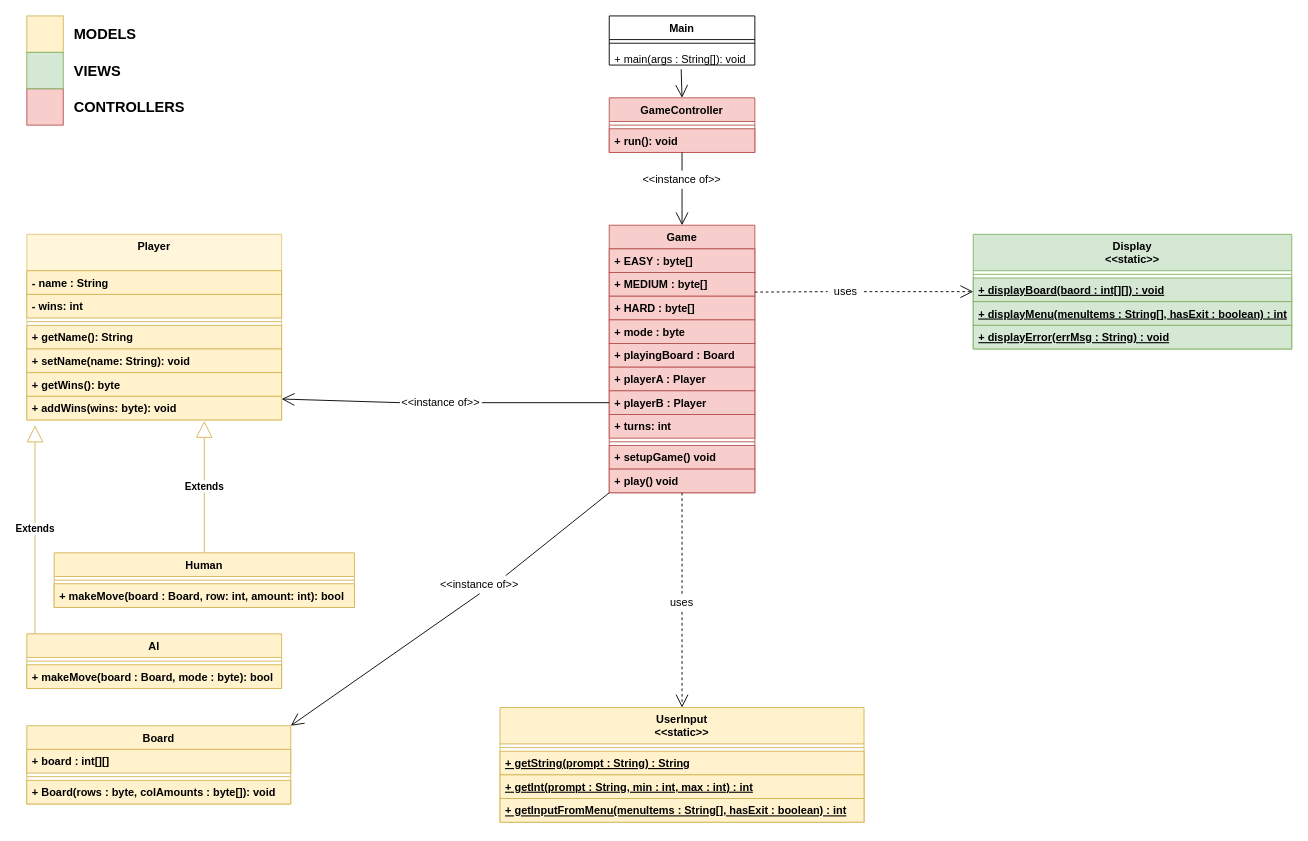
Before: UML-PSE.drawio in EShrestha/PSE-GameOfNim, a draw.io diagram. Source tidied: cells renumbered, new cells numbered last; positions are measured from the earlier drawing's top-left corner, leaving out a move shared by most shapes. Both pictures are drawn from the tidied source at 91%, with x=0, y=0 at pixel (26, 15).
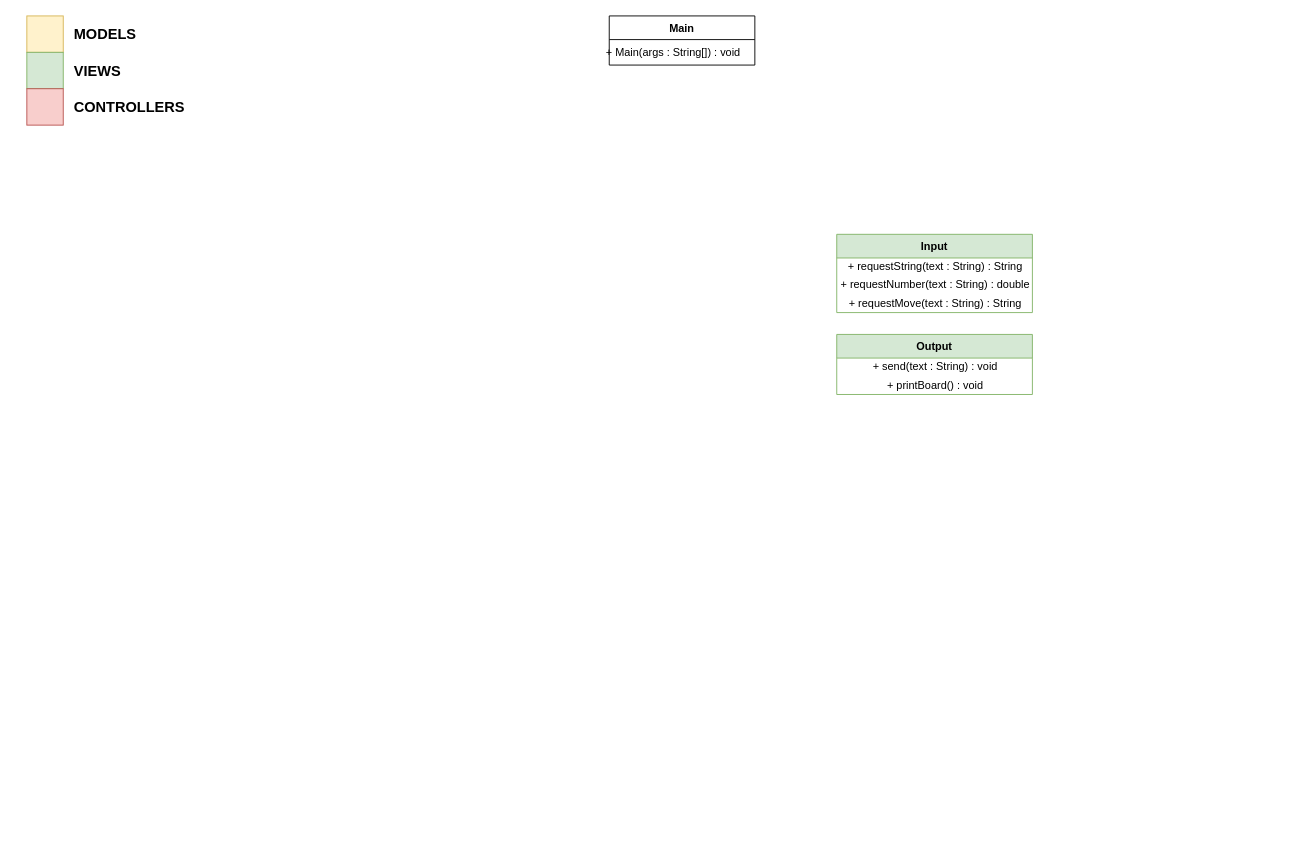
The same page after the edit.

Commit message:
Wiped and added basic views to UML

Diff of the diagram source:
```diff
@@
-    <mxCell id="2" value="Main" style="swimlane;fontStyle=1;align=center;verticalAlign=top;horizontal=1;startSize=26;" parent="1" vertex="1">
-      <mxGeometry x="640" width="160" height="54" as="geometry" />
-    </mxCell>
-    <mxCell id="3" style="line;strokeWidth=1;fillColor=none;align=left;verticalAlign=middle;spacingTop=-1;spacingLeft=3;spacingRight=3;labelPosition=right;" parent="2" vertex="1">
-      <mxGeometry y="26" width="160" height="8" as="geometry" />
-    </mxCell>
-    <mxCell id="4" value="+ main(args : String[]): void" style="text;strokeColor=none;fillColor=none;align=left;verticalAlign=top;spacingLeft=4;spacingRight=4;overflow=hidden;points=[[0,0.5],[1,0.5]];portConstraint=eastwest;" parent="2" vertex="1">
-      <mxGeometry y="34" width="160" height="20" as="geometry" />
-    </mxCell>
-    <mxCell id="5" value="GameController" style="swimlane;fontStyle=1;align=center;verticalAlign=top;horizontal=1;startSize=26;fillColor=#f8cecc;strokeColor=#b85450;" parent="1" vertex="1">
-      <mxGeometry x="640" y="90" width="160" height="60" as="geometry" />
-    </mxCell>
-    <mxCell id="6" style="line;strokeWidth=1;fillColor=#f8cecc;align=left;verticalAlign=middle;spacingTop=-1;spacingLeft=3;spacingRight=3;labelPosition=right;strokeColor=#b85450;fontStyle=1;" parent="5" vertex="1">
-      <mxGeometry y="26" width="160" height="8" as="geometry" />
-    </mxCell>
-    <mxCell id="7" value="+ run(): void" style="text;strokeColor=#b85450;fillColor=#f8cecc;align=left;verticalAlign=top;spacingLeft=4;spacingRight=4;overflow=hidden;fontStyle=1;" parent="5" vertex="1">
-      <mxGeometry y="34" width="160" height="26" as="geometry" />
-    </mxCell>
-    <mxCell id="8" value="Player" style="swimlane;fontStyle=1;align=center;verticalAlign=top;horizontal=1;startSize=40;opacity=70;fillColor=#fff2cc;strokeColor=#d6b656;" parent="1" vertex="1">
-      <mxGeometry y="240" width="280" height="204" as="geometry" />
-    </mxCell>
-    <mxCell id="9" value="- name : String" style="text;align=left;verticalAlign=top;spacingLeft=4;spacingRight=4;overflow=hidden;fillColor=#fff2cc;strokeColor=#d6b656;fontStyle=1;" parent="8" vertex="1">
-      <mxGeometry y="40" width="280" height="26" as="geometry" />
-    </mxCell>
-    <mxCell id="10" value="- wins: int" style="text;align=left;verticalAlign=top;spacingLeft=4;spacingRight=4;overflow=hidden;fillColor=#fff2cc;strokeColor=#d6b656;fontStyle=1;" parent="8" vertex="1">
-      <mxGeometry y="66" width="280" height="26" as="geometry" />
-    </mxCell>
-    <mxCell id="11" style="line;strokeWidth=1;align=left;verticalAlign=middle;spacingTop=-1;spacingLeft=3;spacingRight=3;labelPosition=right;fillColor=#fff2cc;strokeColor=#d6b656;fontStyle=1;" parent="8" vertex="1">
-      <mxGeometry y="92" width="280" height="8" as="geometry" />
-    </mxCell>
-    <mxCell id="12" value="+ getName(): String" style="text;align=left;verticalAlign=top;spacingLeft=4;spacingRight=4;overflow=hidden;fillColor=#fff2cc;strokeColor=#d6b656;fontStyle=1;" parent="8" vertex="1">
-      <mxGeometry y="100" width="280" height="26" as="geometry" />
-    </mxCell>
-    <mxCell id="13" value="+ setName(name: String): void" style="text;align=left;verticalAlign=top;spacingLeft=4;spacingRight=4;overflow=hidden;fillColor=#fff2cc;strokeColor=#d6b656;fontStyle=1;" parent="8" vertex="1">
-      <mxGeometry y="126" width="280" height="26" as="geometry" />
-    </mxCell>
-    <mxCell id="14" value="+ getWins(): byte" style="text;align=left;verticalAlign=top;spacingLeft=4;spacingRight=4;overflow=hidden;fillColor=#fff2cc;strokeColor=#d6b656;fontStyle=1;" parent="8" vertex="1">
-      <mxGeometry y="152" width="280" height="26" as="geometry" />
-    </mxCell>
-    <mxCell id="15" value="+ addWins(wins: byte): void" style="text;align=left;verticalAlign=top;spacingLeft=4;spacingRight=4;overflow=hidden;points=[[0,0.5],[1,0.5]];portConstraint=eastwest;fillColor=#fff2cc;strokeColor=#d6b656;fontStyle=1;" parent="8" vertex="1">
-      <mxGeometry y="178" width="280" height="26" as="geometry" />
-    </mxCell>
-    <mxCell id="16" value="Human" style="swimlane;fontStyle=1;align=center;verticalAlign=top;horizontal=1;startSize=26;fillColor=#fff2cc;strokeColor=#d6b656;" parent="1" vertex="1">
-      <mxGeometry x="30" y="590" width="330" height="60" as="geometry" />
-    </mxCell>
-    <mxCell id="17" style="line;strokeWidth=1;align=left;verticalAlign=middle;spacingTop=-1;spacingLeft=3;spacingRight=3;labelPosition=right;fillColor=#fff2cc;strokeColor=#d6b656;fontStyle=1;" parent="16" vertex="1">
-      <mxGeometry y="26" width="330" height="8" as="geometry" />
-    </mxCell>
-    <mxCell id="18" value="+ makeMove(board : Board, row: int, amount: int): bool" style="text;align=left;verticalAlign=top;spacingLeft=4;spacingRight=4;overflow=hidden;fillColor=#fff2cc;strokeColor=#d6b656;fontStyle=1;" parent="16" vertex="1">
-      <mxGeometry y="34" width="330" height="26" as="geometry" />
-    </mxCell>
-    <mxCell id="19" value="AI" style="swimlane;fontStyle=1;align=center;verticalAlign=top;horizontal=1;startSize=26;fillColor=#fff2cc;strokeColor=#d6b656;" parent="1" vertex="1">
-      <mxGeometry y="679" width="280" height="60" as="geometry" />
-    </mxCell>
-    <mxCell id="20" style="line;strokeWidth=1;align=left;verticalAlign=middle;spacingTop=-1;spacingLeft=3;spacingRight=3;labelPosition=right;fillColor=#fff2cc;strokeColor=#d6b656;fontStyle=1;" parent="19" vertex="1">
-      <mxGeometry y="26" width="280" height="8" as="geometry" />
-    </mxCell>
-    <mxCell id="21" value="+ makeMove(board : Board, mode : byte): bool" style="text;align=left;verticalAlign=top;spacingLeft=4;spacingRight=4;overflow=hidden;fillColor=#fff2cc;strokeColor=#d6b656;fontStyle=1;" parent="19" vertex="1">
-      <mxGeometry y="34" width="280" height="26" as="geometry" />
-    </mxCell>
-    <mxCell id="22" value="Extends" style="endArrow=block;endSize=16;endFill=0;html=1;exitX=0.5;exitY=0;exitDx=0;exitDy=0;fillColor=#fff2cc;strokeColor=#d6b656;fontStyle=1;" parent="1" edge="1" source="16">
-      <mxGeometry relative="1" as="geometry">
-        <mxPoint x="195" y="445" as="targetPoint" />
-      </mxGeometry>
-    </mxCell>
-    <mxCell id="23" value="Extends" style="endArrow=block;endSize=16;endFill=0;html=1;fillColor=#fff2cc;strokeColor=#d6b656;fontStyle=1;" parent="1" edge="1">
-      <mxGeometry relative="1" as="geometry">
-        <mxPoint x="9" y="679" as="sourcePoint" />
-        <mxPoint x="9" y="450" as="targetPoint" />
-      </mxGeometry>
-    </mxCell>
@@
+    <mxCell id="33" style="rounded=0;whiteSpace=wrap;html=1;fillColor=#d5e8d4;strokeColor=#82b366;" parent="1" vertex="1">
+      <mxGeometry y="40" width="40" height="40" as="geometry" />
+    </mxCell>
+    <mxCell id="2" value="Main" style="swimlane;fontStyle=1;align=center;verticalAlign=top;horizontal=1;startSize=26;" parent="1" vertex="1">
+      <mxGeometry x="640" width="160" height="54" as="geometry" />
+    </mxCell>
@@
-    <mxCell id="28" value="UserInput&#10;&lt;&lt;static&gt;&gt;" style="swimlane;fontStyle=1;align=center;verticalAlign=top;horizontal=1;startSize=40;fillColor=#fff2cc;strokeColor=#d6b656;" parent="1" vertex="1">
-      <mxGeometry x="520" y="760" width="400" height="126" as="geometry" />
-    </mxCell>
-    <mxCell id="29" style="line;strokeWidth=1;fillColor=#fff2cc;align=left;verticalAlign=middle;spacingTop=-1;spacingLeft=3;spacingRight=3;labelPosition=right;strokeColor=#d6b656;fontStyle=1;" parent="28" vertex="1">
-      <mxGeometry y="40" width="400" height="8" as="geometry" />
-    </mxCell>
-    <mxCell id="30" value="+ getString(prompt : String) : String" style="text;strokeColor=#d6b656;fillColor=#fff2cc;align=left;verticalAlign=top;spacingLeft=4;spacingRight=4;overflow=hidden;fontStyle=5;" parent="28" vertex="1">
-      <mxGeometry y="48" width="400" height="26" as="geometry" />
-    </mxCell>
-    <mxCell id="31" value="+ getInt(prompt : String, min : int, max : int) : int" style="text;strokeColor=#d6b656;fillColor=#fff2cc;align=left;verticalAlign=top;spacingLeft=4;spacingRight=4;overflow=hidden;fontStyle=5;" parent="28" vertex="1">
-      <mxGeometry y="74" width="400" height="26" as="geometry" />
-    </mxCell>
-    <mxCell id="32" value="+ getInputFromMenu(menuItems : String[], hasExit : boolean) : int" style="text;strokeColor=#d6b656;fillColor=#fff2cc;align=left;verticalAlign=top;spacingLeft=4;spacingRight=4;overflow=hidden;fontStyle=5;" parent="28" vertex="1">
-      <mxGeometry y="100" width="400" height="26" as="geometry" />
-    </mxCell>
-    <mxCell id="33" style="rounded=0;whiteSpace=wrap;html=1;fillColor=#d5e8d4;strokeColor=#82b366;" parent="1" vertex="1">
-      <mxGeometry y="40" width="40" height="40" as="geometry" />
-    </mxCell>
@@
-    <mxCell id="35" value="Display&#10;&lt;&lt;static&gt;&gt;" style="swimlane;fontStyle=1;align=center;verticalAlign=top;horizontal=1;startSize=40;fillColor=#d5e8d4;strokeColor=#82b366;" parent="1" vertex="1">
-      <mxGeometry x="1040" y="240" width="350" height="126" as="geometry" />
-    </mxCell>
-    <mxCell id="36" style="line;strokeWidth=1;fillColor=#d5e8d4;align=left;verticalAlign=middle;spacingTop=-1;spacingLeft=3;spacingRight=3;labelPosition=right;strokeColor=#82b366;fontStyle=1;" parent="35" vertex="1">
-      <mxGeometry y="40" width="350" height="8" as="geometry" />
-    </mxCell>
-    <mxCell id="37" value="+ displayBoard(baord : int[][]) : void" style="text;strokeColor=#82b366;fillColor=#d5e8d4;align=left;verticalAlign=top;spacingLeft=4;spacingRight=4;overflow=hidden;fontStyle=5;" parent="35" vertex="1">
-      <mxGeometry y="48" width="350" height="26" as="geometry" />
-    </mxCell>
-    <mxCell id="38" value="+ displayMenu(menuItems : String[], hasExit : boolean) : int" style="text;strokeColor=#82b366;fillColor=#d5e8d4;align=left;verticalAlign=top;spacingLeft=4;spacingRight=4;overflow=hidden;fontStyle=5;" parent="35" vertex="1">
-      <mxGeometry y="74" width="350" height="26" as="geometry" />
-    </mxCell>
-    <mxCell id="39" value="+ displayError(errMsg : String) : void" style="text;strokeColor=#82b366;fillColor=#d5e8d4;align=left;verticalAlign=top;spacingLeft=4;spacingRight=4;overflow=hidden;fontStyle=5;" parent="35" vertex="1">
-      <mxGeometry y="100" width="350" height="26" as="geometry" />
-    </mxCell>
-    <mxCell id="40" value="Board" style="swimlane;fontStyle=1;align=center;verticalAlign=top;horizontal=1;startSize=26;fillColor=#fff2cc;strokeColor=#d6b656;" parent="1" vertex="1">
-      <mxGeometry y="780" width="290" height="86" as="geometry" />
-    </mxCell>
-    <mxCell id="41" value="+ board : int[][]" style="text;align=left;verticalAlign=top;spacingLeft=4;spacingRight=4;overflow=hidden;fillColor=#fff2cc;strokeColor=#d6b656;fontStyle=1;" parent="40" vertex="1">
-      <mxGeometry y="26" width="290" height="26" as="geometry" />
-    </mxCell>
-    <mxCell id="42" style="line;strokeWidth=1;align=left;verticalAlign=middle;spacingTop=-1;spacingLeft=3;spacingRight=3;labelPosition=right;fillColor=#fff2cc;strokeColor=#d6b656;fontStyle=1;" parent="40" vertex="1">
-      <mxGeometry y="52" width="290" height="8" as="geometry" />
-    </mxCell>
-    <mxCell id="43" value="+ Board(rows : byte, colAmounts : byte[]): void" style="text;align=left;verticalAlign=top;spacingLeft=4;spacingRight=4;overflow=hidden;fillColor=#fff2cc;strokeColor=#d6b656;fontStyle=1;" parent="40" vertex="1">
-      <mxGeometry y="60" width="290" height="26" as="geometry" />
-    </mxCell>
-    <mxCell id="44" value="Game" style="swimlane;fontStyle=1;align=center;verticalAlign=top;horizontal=1;startSize=26;fillColor=#f8cecc;strokeColor=#b85450;" parent="1" vertex="1">
-      <mxGeometry x="640" y="230" width="160" height="294" as="geometry" />
-    </mxCell>
-    <mxCell id="45" value="+ EASY : byte[]" style="text;align=left;verticalAlign=top;spacingLeft=4;spacingRight=4;overflow=hidden;fillColor=#f8cecc;strokeColor=#b85450;fontStyle=1;" parent="44" vertex="1">
-      <mxGeometry y="26" width="160" height="26" as="geometry" />
-    </mxCell>
-    <mxCell id="46" value="+ MEDIUM : byte[]" style="text;align=left;verticalAlign=top;spacingLeft=4;spacingRight=4;overflow=hidden;fillColor=#f8cecc;strokeColor=#b85450;fontStyle=1;" parent="44" vertex="1">
-      <mxGeometry y="52" width="160" height="26" as="geometry" />
-    </mxCell>
-    <mxCell id="47" value="+ HARD : byte[]" style="text;align=left;verticalAlign=top;spacingLeft=4;spacingRight=4;overflow=hidden;fillColor=#f8cecc;strokeColor=#b85450;fontStyle=1;" parent="44" vertex="1">
-      <mxGeometry y="78" width="160" height="26" as="geometry" />
-    </mxCell>
-    <mxCell id="48" value="+ mode : byte" style="text;align=left;verticalAlign=top;spacingLeft=4;spacingRight=4;overflow=hidden;fillColor=#f8cecc;strokeColor=#b85450;fontStyle=1;" parent="44" vertex="1">
-      <mxGeometry y="104" width="160" height="26" as="geometry" />
-    </mxCell>
-    <mxCell id="49" value="+ playingBoard : Board" style="text;align=left;verticalAlign=top;spacingLeft=4;spacingRight=4;overflow=hidden;fillColor=#f8cecc;strokeColor=#b85450;fontStyle=1;" parent="44" vertex="1">
-      <mxGeometry y="130" width="160" height="26" as="geometry" />
-    </mxCell>
-    <mxCell id="50" value="+ playerA : Player" style="text;align=left;verticalAlign=top;spacingLeft=4;spacingRight=4;overflow=hidden;fillColor=#f8cecc;strokeColor=#b85450;fontStyle=1;" parent="44" vertex="1">
-      <mxGeometry y="156" width="160" height="26" as="geometry" />
-    </mxCell>
-    <mxCell id="51" value="+ playerB : Player" style="text;align=left;verticalAlign=top;spacingLeft=4;spacingRight=4;overflow=hidden;points=[[0,0.5],[1,0.5]];portConstraint=eastwest;fillColor=#f8cecc;strokeColor=#b85450;fontStyle=1;" parent="44" vertex="1">
-      <mxGeometry y="182" width="160" height="26" as="geometry" />
-    </mxCell>
-    <mxCell id="52" value="+ turns: int" style="text;align=left;verticalAlign=top;spacingLeft=4;spacingRight=4;overflow=hidden;fillColor=#f8cecc;strokeColor=#b85450;fontStyle=1;" parent="44" vertex="1">
-      <mxGeometry y="208" width="160" height="26" as="geometry" />
-    </mxCell>
-    <mxCell id="53" style="line;strokeWidth=1;align=left;verticalAlign=middle;spacingTop=-1;spacingLeft=3;spacingRight=3;labelPosition=right;fillColor=#f8cecc;strokeColor=#b85450;fontStyle=1;" parent="44" vertex="1">
-      <mxGeometry y="234" width="160" height="8" as="geometry" />
-    </mxCell>
-    <mxCell id="54" value="+ setupGame() void" style="text;align=left;verticalAlign=top;spacingLeft=4;spacingRight=4;overflow=hidden;fillColor=#f8cecc;strokeColor=#b85450;fontStyle=1;" parent="44" vertex="1">
-      <mxGeometry y="242" width="160" height="26" as="geometry" />
-    </mxCell>
-    <mxCell id="55" value="+ play() void" style="text;align=left;verticalAlign=top;spacingLeft=4;spacingRight=4;overflow=hidden;fillColor=#f8cecc;strokeColor=#b85450;fontStyle=1;" parent="44" vertex="1">
-      <mxGeometry y="268" width="160" height="26" as="geometry" />
-    </mxCell>
-    <mxCell id="56" style="endArrow=open;endFill=1;endSize=12;html=1;entryX=0.5;entryY=0;entryDx=0;entryDy=0;exitX=0.494;exitY=1.231;exitDx=0;exitDy=0;exitPerimeter=0;" parent="1" edge="1" source="4" target="5">
-      <mxGeometry relative="1" as="geometry" />
-    </mxCell>
-    <mxCell id="57" style="endArrow=open;endFill=1;endSize=12;html=1;entryX=1;entryY=0.115;entryDx=0;entryDy=0;entryPerimeter=0;exitX=0;exitY=0.5;exitDx=0;exitDy=0;" parent="1" edge="1" source="58" target="15">
-      <mxGeometry relative="1" as="geometry" />
-    </mxCell>
-    <mxCell id="58" value="&amp;lt;&amp;lt;instance of&amp;gt;&amp;gt;" style="text;html=1;strokeColor=none;fillColor=none;align=center;verticalAlign=middle;whiteSpace=wrap;rounded=0;" parent="1" vertex="1">
-      <mxGeometry x="410" y="415" width="90" height="20" as="geometry" />
-    </mxCell>
-    <mxCell id="59" style="endArrow=none;endFill=0;endSize=12;html=1;entryX=1;entryY=0.5;entryDx=0;entryDy=0;exitX=0;exitY=0.5;exitDx=0;exitDy=0;rounded=1;" parent="1" edge="1" source="51" target="58">
-      <mxGeometry relative="1" as="geometry" />
-    </mxCell>
-    <mxCell id="60" style="endArrow=open;endFill=1;endSize=12;html=1;entryX=1;entryY=0;entryDx=0;entryDy=0;exitX=0.5;exitY=1;exitDx=0;exitDy=0;" parent="1" edge="1" source="61" target="40">
-      <mxGeometry relative="1" as="geometry" />
-    </mxCell>
-    <mxCell id="61" value="&amp;lt;&amp;lt;instance of&amp;gt;&amp;gt;" style="text;html=1;strokeColor=none;fillColor=none;align=center;verticalAlign=middle;whiteSpace=wrap;rounded=0;" parent="1" vertex="1">
-      <mxGeometry x="440" y="615" width="115" height="20" as="geometry" />
-    </mxCell>
-    <mxCell id="62" style="endArrow=none;endFill=0;endSize=12;html=1;entryX=0.75;entryY=0;entryDx=0;entryDy=0;exitX=0;exitY=1;exitDx=0;exitDy=0;rounded=1;" parent="1" edge="1" source="44" target="61">
-      <mxGeometry relative="1" as="geometry" />
-    </mxCell>
-    <mxCell id="63" style="endArrow=open;endFill=1;endSize=12;html=1;entryX=0.5;entryY=0;entryDx=0;entryDy=0;exitX=0.5;exitY=1;exitDx=0;exitDy=0;dashed=1;" parent="1" edge="1" source="64" target="28">
-      <mxGeometry relative="1" as="geometry" />
-    </mxCell>
-    <mxCell id="64" value="uses" style="text;html=1;strokeColor=none;fillColor=none;align=center;verticalAlign=middle;whiteSpace=wrap;rounded=0;" parent="1" vertex="1">
-      <mxGeometry x="675" y="635" width="90" height="20" as="geometry" />
-    </mxCell>
-    <mxCell id="65" style="endArrow=none;endFill=0;endSize=12;html=1;entryX=0.5;entryY=0;entryDx=0;entryDy=0;rounded=1;dashed=1;exitX=0.5;exitY=1;exitDx=0;exitDy=0;" parent="1" edge="1" source="44" target="64">
-      <mxGeometry relative="1" as="geometry" />
-    </mxCell>
-    <mxCell id="66" style="endArrow=open;endFill=1;endSize=12;html=1;entryX=0;entryY=0.5;entryDx=0;entryDy=0;exitX=1;exitY=0.5;exitDx=0;exitDy=0;dashed=1;" parent="1" edge="1" source="67" target="35">
-      <mxGeometry relative="1" as="geometry" />
-    </mxCell>
-    <mxCell id="67" value="uses" style="text;html=1;strokeColor=none;fillColor=none;align=center;verticalAlign=middle;whiteSpace=wrap;rounded=0;" parent="1" vertex="1">
-      <mxGeometry x="880" y="293" width="40" height="20" as="geometry" />
-    </mxCell>
-    <mxCell id="68" style="endArrow=none;endFill=0;endSize=12;html=1;entryX=0;entryY=0.5;entryDx=0;entryDy=0;rounded=1;dashed=1;exitX=1;exitY=0.25;exitDx=0;exitDy=0;" parent="1" edge="1" source="44" target="67">
-      <mxGeometry relative="1" as="geometry" />
-    </mxCell>
-    <mxCell id="69" style="endArrow=open;endFill=1;endSize=12;html=1;entryX=0.5;entryY=0;entryDx=0;entryDy=0;exitX=0.5;exitY=1;exitDx=0;exitDy=0;" parent="1" edge="1" source="70" target="44">
-      <mxGeometry relative="1" as="geometry" />
-    </mxCell>
-    <mxCell id="70" value="&amp;lt;&amp;lt;instance of&amp;gt;&amp;gt;" style="text;html=1;strokeColor=none;fillColor=none;align=center;verticalAlign=middle;whiteSpace=wrap;rounded=0;" parent="1" vertex="1">
-      <mxGeometry x="675" y="170" width="90" height="20" as="geometry" />
-    </mxCell>
-    <mxCell id="71" style="endArrow=none;endFill=0;endSize=12;html=1;entryX=0.5;entryY=0;entryDx=0;entryDy=0;rounded=1;exitX=0.5;exitY=1;exitDx=0;exitDy=0;" parent="1" edge="1" source="5" target="70">
-      <mxGeometry relative="1" as="geometry" />
-    </mxCell>
+    <mxCell id="72" value="+ Main(args : String[]) : void&lt;br&gt;" style="text;html=1;align=center;verticalAlign=middle;" parent="1" vertex="1">
+      <mxGeometry x="630" y="30" width="160" height="20" as="geometry" />
+    </mxCell>
+    <mxCell id="73" value="Input" style="swimlane;fontStyle=1;align=center;verticalAlign=top;horizontal=1;startSize=26;fillColor=#d5e8d4;strokeColor=#82b366;" parent="1" vertex="1">
+      <mxGeometry x="890" y="240" width="215" height="86" as="geometry" />
+    </mxCell>
+    <mxCell id="74" value="+ requestString(text : String) : String" style="text;html=1;align=center;verticalAlign=middle;" parent="73" vertex="1">
+      <mxGeometry y="26" width="215" height="20" as="geometry" />
+    </mxCell>
+    <mxCell id="75" value="+ requestNumber(text : String) : double" style="text;html=1;align=center;verticalAlign=middle;" parent="73" vertex="1">
+      <mxGeometry y="46" width="215" height="20" as="geometry" />
+    </mxCell>
+    <mxCell id="76" value="+ requestMove(text : String) : String" style="text;html=1;align=center;verticalAlign=middle;" parent="73" vertex="1">
+      <mxGeometry y="66" width="215" height="20" as="geometry" />
+    </mxCell>
+    <mxCell id="77" value="Output" style="swimlane;fontStyle=1;align=center;verticalAlign=top;horizontal=1;startSize=26;fillColor=#d5e8d4;strokeColor=#82b366;" parent="1" vertex="1">
+      <mxGeometry x="890" y="350" width="215" height="66" as="geometry" />
+    </mxCell>
+    <mxCell id="78" value="+ send(text : String) : void" style="text;html=1;align=center;verticalAlign=middle;" parent="77" vertex="1">
+      <mxGeometry y="26" width="215" height="20" as="geometry" />
+    </mxCell>
+    <mxCell id="79" value="+ printBoard() : void" style="text;html=1;align=center;verticalAlign=middle;" parent="77" vertex="1">
+      <mxGeometry y="46" width="215" height="20" as="geometry" />
+    </mxCell>
```
